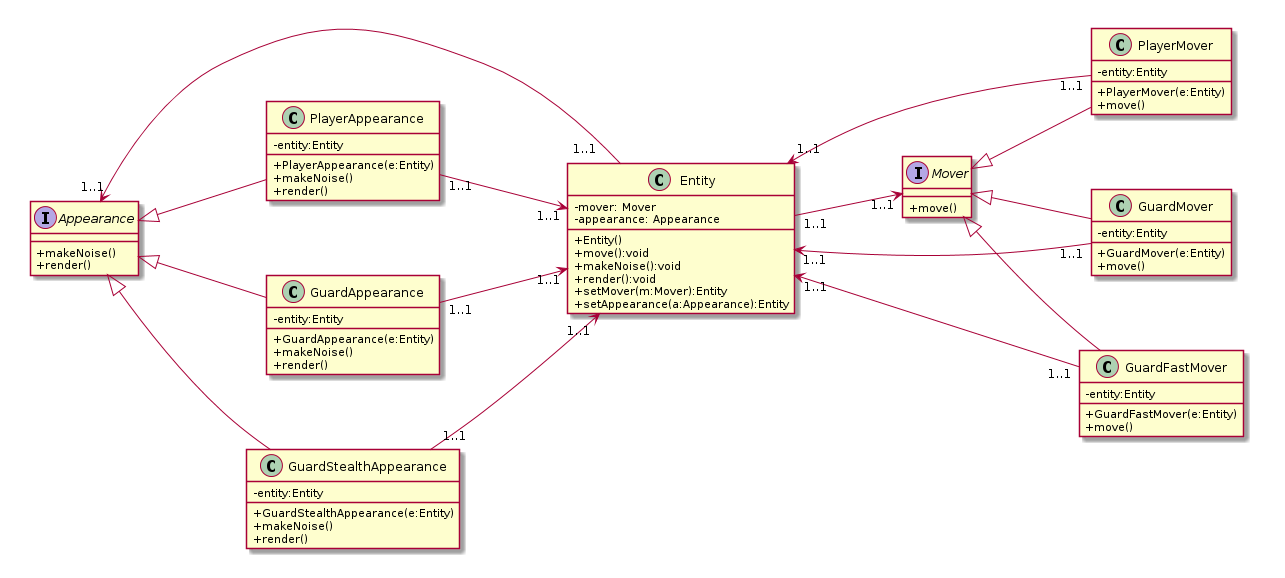
Above: content/teaching/CS123/examples/inheritcomp/umlgamecomp2.png in jimfinnis/jcf12 (PlantUML), before the change.
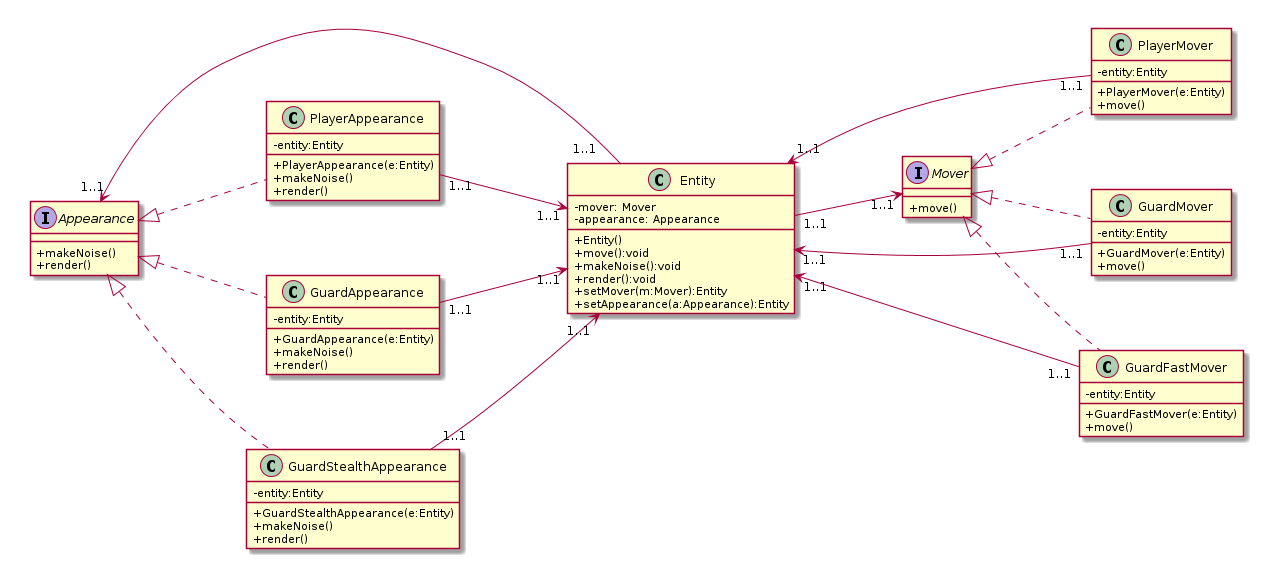
Above is the later version.

Change to the diagram source:
```diff
@@ -31,7 +31,7 @@
     + move()
     - entity:Entity
 }
-PlayerMover -up-|> Mover
+PlayerMover .up.|> Mover
 PlayerMover "1..1" --> "1..1" Entity
 
 class GuardMover {
@@ -39,7 +39,7 @@
     + move()
     - entity:Entity
 }
-GuardMover -up-|> Mover
+GuardMover .up.|> Mover
 GuardMover "1..1" --> "1..1" Entity
 
 class GuardFastMover {
@@ -47,7 +47,7 @@
     + move()
     - entity:Entity
 }
-GuardFastMover -up-|> Mover
+GuardFastMover .up.|> Mover
 GuardFastMover "1..1" --> "1..1" Entity
 
 class PlayerAppearance {
@@ -56,7 +56,7 @@
     + render()
     - entity:Entity
 }
-PlayerAppearance -up-|> Appearance
+PlayerAppearance .up.|> Appearance
 PlayerAppearance "1..1" --> "1..1" Entity
 
 class GuardAppearance {
@@ -65,7 +65,7 @@
     + render()
     - entity:Entity
 }
-GuardAppearance -up-|> Appearance
+GuardAppearance .up.|> Appearance
 GuardAppearance "1..1" --> "1..1" Entity
 
 class GuardStealthAppearance {
@@ -74,7 +74,7 @@
     + render()
     - entity:Entity
 }
-GuardStealthAppearance -up-|> Appearance
+GuardStealthAppearance .up.|> Appearance
 GuardStealthAppearance "1..1" --> "1..1" Entity
 
 
```
